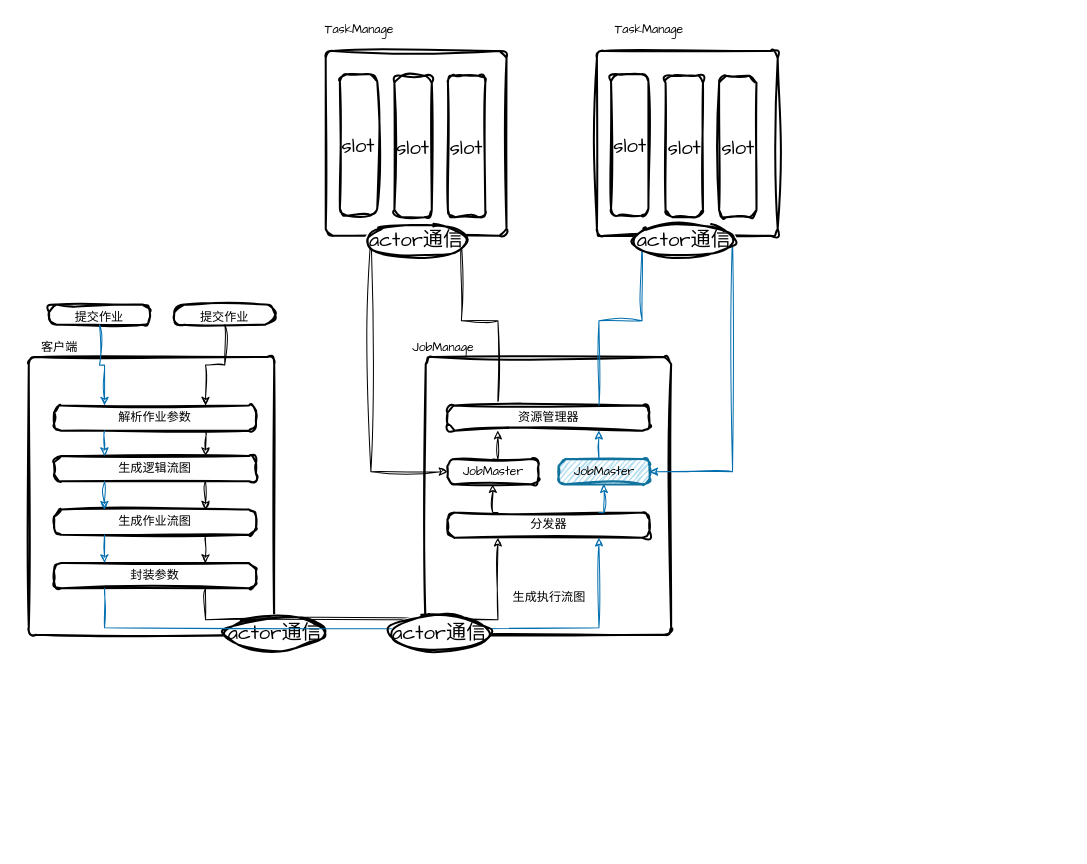
This is flink.drawio from casesdev/draw.io, a draw.io file, before an edit. Source tidied: cells renumbered, new cells numbered last; positions are measured from the earlier drawing's top-left corner, leaving out a move shared by most shapes. Both pictures are drawn from the tidied source at 101%, with x=0, y=0 at pixel (28, 17).
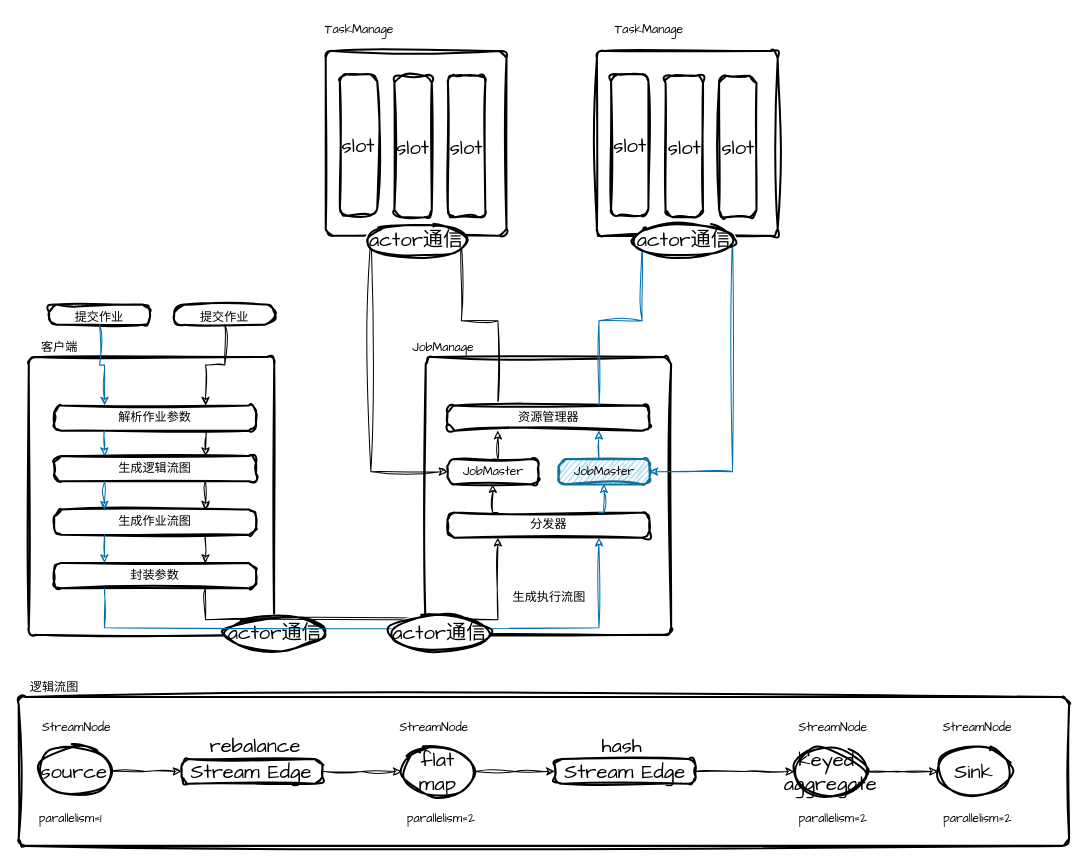
The same diagram, later.

Change to the diagram source:
```diff
@@
+    <mxCell id="50" style="group;" parent="1" vertex="1">
+      <mxGeometry x="-10" y="640" width="1040" height="180" as="geometry" />
+    </mxCell>
+    <mxCell id="51" style="group;" parent="50" vertex="1">
+      <mxGeometry y="32.7" width="1040" height="147.3" as="geometry" />
+    </mxCell>
+    <mxCell id="52" style="rounded=1;whiteSpace=wrap;html=1;absoluteArcSize=1;arcSize=14;strokeWidth=2;sketch=1;hachureGap=4;jiggle=2;curveFitting=1;fontFamily=Architects Daughter;fontSize=20;" parent="51" vertex="1">
+      <mxGeometry width="1040" height="147.3" as="geometry" />
+    </mxCell>
+    <mxCell id="53" value="source" style="strokeWidth=2;html=1;shape=mxgraph.flowchart.start_2;whiteSpace=wrap;sketch=1;hachureGap=4;jiggle=2;curveFitting=1;fontFamily=Architects Daughter;fontSize=20;" parent="51" vertex="1">
+      <mxGeometry x="19" y="49.1" width="72.1" height="49.1" as="geometry" />
+    </mxCell>
+    <mxCell id="54" value="flat map" style="strokeWidth=2;html=1;shape=mxgraph.flowchart.start_2;whiteSpace=wrap;sketch=1;hachureGap=4;jiggle=2;curveFitting=1;fontFamily=Architects Daughter;fontSize=20;" parent="51" vertex="1">
+      <mxGeometry x="379.2" y="49.1" width="72.1" height="49.1" as="geometry" />
+    </mxCell>
+    <mxCell id="55" value="keyed&amp;nbsp;&lt;br&gt;aggregate" style="strokeWidth=2;html=1;shape=mxgraph.flowchart.start_2;whiteSpace=wrap;sketch=1;hachureGap=4;jiggle=2;curveFitting=1;fontFamily=Architects Daughter;fontSize=20;" parent="51" vertex="1">
+      <mxGeometry x="767.9" y="49.1" width="72.1" height="49.1" as="geometry" />
+    </mxCell>
+    <mxCell id="56" style="edgeStyle=orthogonalEdgeStyle;rounded=0;sketch=1;hachureGap=4;jiggle=2;curveFitting=1;jettySize=auto;html=1;exitX=1;exitY=0.5;exitDx=0;exitDy=0;entryX=0;entryY=0.5;entryDx=0;entryDy=0;entryPerimeter=0;fontFamily=Architects Daughter;fontSize=16;" parent="51" edge="1" source="65" target="54">
+      <mxGeometry relative="1" as="geometry" />
+    </mxCell>
+    <mxCell id="57" style="edgeStyle=orthogonalEdgeStyle;rounded=0;sketch=1;hachureGap=4;jiggle=2;curveFitting=1;jettySize=auto;html=1;exitX=1;exitY=0.5;exitDx=0;exitDy=0;entryX=0;entryY=0.5;entryDx=0;entryDy=0;entryPerimeter=0;fontFamily=Architects Daughter;fontSize=16;" parent="51" edge="1" source="62" target="55">
+      <mxGeometry relative="1" as="geometry" />
+    </mxCell>
+    <mxCell id="58" value="Sink" style="strokeWidth=2;html=1;shape=mxgraph.flowchart.start_2;whiteSpace=wrap;sketch=1;hachureGap=4;jiggle=2;curveFitting=1;fontFamily=Architects Daughter;fontSize=20;" parent="51" vertex="1">
+      <mxGeometry x="910.1" y="49.1" width="72.1" height="49.1" as="geometry" />
+    </mxCell>
+    <mxCell id="59" style="edgeStyle=orthogonalEdgeStyle;rounded=0;sketch=1;hachureGap=4;jiggle=2;curveFitting=1;jettySize=auto;html=1;exitX=1;exitY=0.5;exitDx=0;exitDy=0;exitPerimeter=0;fontFamily=Architects Daughter;fontSize=16;" parent="51" edge="1" source="55" target="58">
+      <mxGeometry relative="1" as="geometry" />
+    </mxCell>
+    <mxCell id="60" style="group;" parent="51" vertex="1">
+      <mxGeometry x="530.9" y="28.6" width="139.4" height="57.3" as="geometry" />
+    </mxCell>
+    <mxCell id="61" value="hash" style="text;html=1;align=center;verticalAlign=middle;strokeColor=none;fillColor=none;fontSize=20;fontFamily=Architects Daughter;" parent="60" vertex="1">
+      <mxGeometry x="36.5" width="60" height="40" as="geometry" />
+    </mxCell>
+    <mxCell id="62" value="Stream Edge" style="rounded=1;whiteSpace=wrap;html=1;absoluteArcSize=1;arcSize=14;strokeWidth=2;sketch=1;hachureGap=4;jiggle=2;curveFitting=1;fontFamily=Architects Daughter;fontSize=20;" parent="60" vertex="1">
+      <mxGeometry y="32.7" width="139.4" height="24.5" as="geometry" />
+    </mxCell>
+    <mxCell id="63" style="edgeStyle=orthogonalEdgeStyle;rounded=0;sketch=1;hachureGap=4;jiggle=2;curveFitting=1;jettySize=auto;html=1;exitX=1;exitY=0.5;exitDx=0;exitDy=0;exitPerimeter=0;entryX=0;entryY=0.5;entryDx=0;entryDy=0;fontFamily=Architects Daughter;fontSize=16;" parent="51" edge="1" source="54" target="62">
+      <mxGeometry relative="1" as="geometry" />
+    </mxCell>
+    <mxCell id="64" style="group;" parent="51" vertex="1">
+      <mxGeometry x="161.2" y="28.6" width="139.4" height="57.3" as="geometry" />
+    </mxCell>
+    <mxCell id="65" value="Stream Edge" style="rounded=1;whiteSpace=wrap;html=1;absoluteArcSize=1;arcSize=14;strokeWidth=2;sketch=1;hachureGap=4;jiggle=2;curveFitting=1;fontFamily=Architects Daughter;fontSize=20;" parent="64" vertex="1">
+      <mxGeometry y="32.7" width="139.4" height="24.5" as="geometry" />
+    </mxCell>
+    <mxCell id="66" value="rebalance" style="text;html=1;align=center;verticalAlign=middle;strokeColor=none;fillColor=none;fontSize=20;fontFamily=Architects Daughter;" parent="64" vertex="1">
+      <mxGeometry x="17.5" width="110" height="40" as="geometry" />
+    </mxCell>
+    <mxCell id="67" style="edgeStyle=orthogonalEdgeStyle;rounded=0;sketch=1;hachureGap=4;jiggle=2;curveFitting=1;jettySize=auto;html=1;exitX=1;exitY=0.5;exitDx=0;exitDy=0;exitPerimeter=0;fontFamily=Architects Daughter;fontSize=16;" parent="51" edge="1" source="53" target="65">
+      <mxGeometry relative="1" as="geometry" />
+    </mxCell>
+    <mxCell id="68" value="StreamNode" style="text;html=1;align=center;verticalAlign=middle;strokeColor=none;fillColor=none;fontSize=12;fontFamily=Architects Daughter;" parent="51" vertex="1">
+      <mxGeometry x="12.3" y="16.4" width="90" height="30" as="geometry" />
+    </mxCell>
+    <mxCell id="69" value="StreamNode" style="text;html=1;align=center;verticalAlign=middle;strokeColor=none;fillColor=none;fontSize=12;fontFamily=Architects Daughter;" parent="51" vertex="1">
+      <mxGeometry x="365.9" y="16.4" width="90" height="30" as="geometry" />
+    </mxCell>
+    <mxCell id="70" value="StreamNode" style="text;html=1;align=center;verticalAlign=middle;strokeColor=none;fillColor=none;fontSize=12;fontFamily=Architects Daughter;" parent="51" vertex="1">
+      <mxGeometry x="761.3" y="16.4" width="90" height="30" as="geometry" />
+    </mxCell>
+    <mxCell id="71" value="StreamNode" style="text;html=1;align=center;verticalAlign=middle;strokeColor=none;fillColor=none;fontSize=12;fontFamily=Architects Daughter;" parent="51" vertex="1">
+      <mxGeometry x="903.5" y="16.4" width="90" height="30" as="geometry" />
+    </mxCell>
+    <mxCell id="72" value="parallelism=1" style="text;html=1;align=center;verticalAlign=middle;strokeColor=none;fillColor=none;fontSize=12;fontFamily=Architects Daughter;" parent="51" vertex="1">
+      <mxGeometry x="5.7" y="106.4" width="90" height="30" as="geometry" />
+    </mxCell>
+    <mxCell id="73" value="parallelism=2" style="text;html=1;align=center;verticalAlign=middle;strokeColor=none;fillColor=none;fontSize=12;fontFamily=Architects Daughter;" parent="51" vertex="1">
+      <mxGeometry x="372.6" y="106.4" width="90" height="30" as="geometry" />
+    </mxCell>
+    <mxCell id="74" value="parallelism=2" style="text;html=1;align=center;verticalAlign=middle;strokeColor=none;fillColor=none;fontSize=12;fontFamily=Architects Daughter;" parent="51" vertex="1">
+      <mxGeometry x="761.3" y="106.4" width="90" height="30" as="geometry" />
+    </mxCell>
+    <mxCell id="75" value="parallelism=2" style="text;html=1;align=center;verticalAlign=middle;strokeColor=none;fillColor=none;fontSize=12;fontFamily=Architects Daughter;" parent="51" vertex="1">
+      <mxGeometry x="903.5" y="106.4" width="90" height="30" as="geometry" />
+    </mxCell>
+    <mxCell id="76" value="&lt;font style=&quot;font-size: 12px;&quot;&gt;逻辑流图&lt;/font&gt;" style="text;html=1;align=center;verticalAlign=middle;strokeColor=none;fillColor=none;fontSize=20;fontFamily=Architects Daughter;" parent="50" vertex="1">
+      <mxGeometry width="70" height="40" as="geometry" />
+    </mxCell>
```
